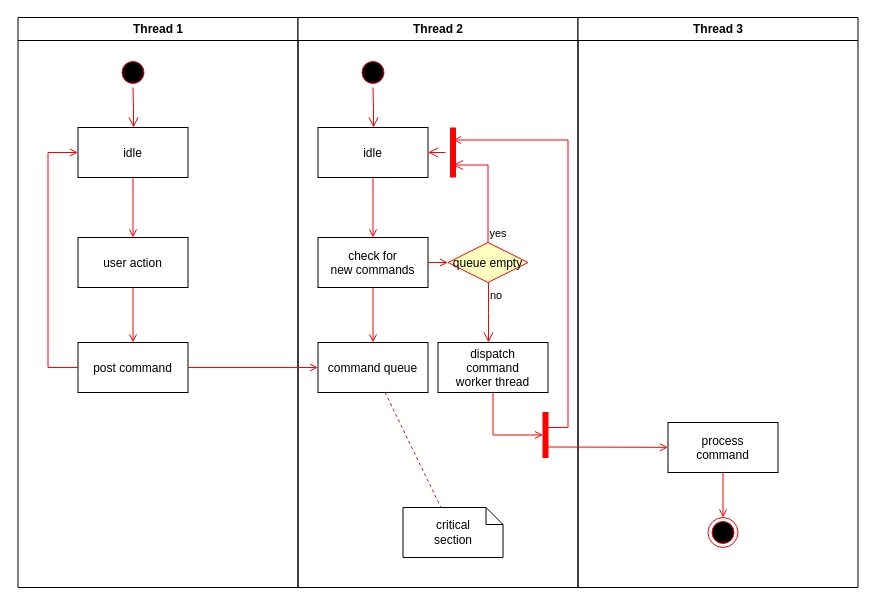
Before: Untitled Diagram.drawio in sourav4371/sourav, a draw.io diagram. Source tidied: cells renumbered, new cells numbered last; positions are measured from the earlier drawing's top-left corner, leaving out a move shared by most shapes. Both pictures are drawn from the tidied source at 100%, with x=0, y=0 at pixel (17, 17).
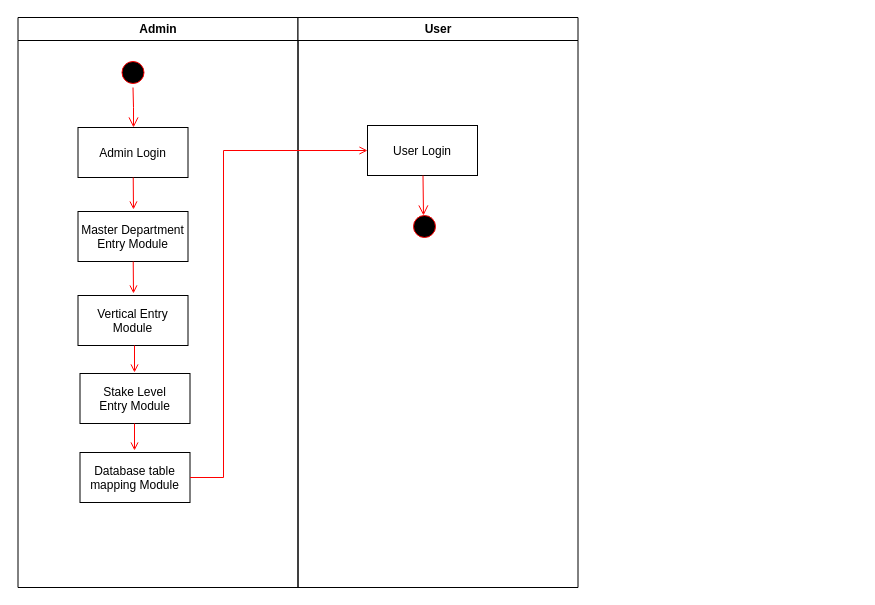
Above is the later version.

The edit, as a diff of the source:
```diff
@@
-    <mxCell id="2" value="Thread 1" style="swimlane;whiteSpace=wrap;" parent="1" vertex="1">
+    <mxCell id="2" value="Admin" style="swimlane;whiteSpace=wrap;" parent="1" vertex="1">
       <mxGeometry x="0.5" width="280" height="570" as="geometry" />
     </mxCell>
@@
-    <mxCell id="5" value="idle" parent="2" vertex="1">
+    <mxCell id="5" value="Admin Login" parent="2" vertex="1">
       <mxGeometry x="60" y="110" width="110" height="50" as="geometry" />
     </mxCell>
-    <mxCell id="6" value="user action" parent="2" vertex="1">
-      <mxGeometry x="60" y="220" width="110" height="50" as="geometry" />
+    <mxCell id="6" value="Master Department &#10;Entry Module" parent="2" vertex="1">
+      <mxGeometry x="60" y="194" width="110" height="50" as="geometry" />
     </mxCell>
-    <mxCell id="7" style="endArrow=open;strokeColor=#FF0000;endFill=1;rounded=0;" parent="2" edge="1" source="5" target="6">
-      <mxGeometry relative="1" as="geometry" />
+    <mxCell id="7" style="endArrow=open;strokeColor=#FF0000;endFill=1;rounded=0;" parent="2" edge="1" source="5">
+      <mxGeometry relative="1" as="geometry">
+        <mxPoint x="115.5" y="192" as="targetPoint" />
+      </mxGeometry>
     </mxCell>
-    <mxCell id="8" value="post command" parent="2" vertex="1">
-      <mxGeometry x="60" y="325" width="110" height="50" as="geometry" />
+    <mxCell id="8" value="Vertical Entry&#10; Module" parent="2" vertex="1">
+      <mxGeometry x="60" y="278" width="110" height="50" as="geometry" />
     </mxCell>
-    <mxCell id="9" style="endArrow=open;strokeColor=#FF0000;endFill=1;rounded=0;" parent="2" edge="1" source="6" target="8">
-      <mxGeometry relative="1" as="geometry" />
+    <mxCell id="9" style="endArrow=open;strokeColor=#FF0000;endFill=1;rounded=0;" parent="2" edge="1" source="6">
+      <mxGeometry relative="1" as="geometry">
+        <mxPoint x="115.5" y="276" as="targetPoint" />
+      </mxGeometry>
     </mxCell>
-    <mxCell id="10" style="edgeStyle=elbowEdgeStyle;elbow=horizontal;strokeColor=#FF0000;endArrow=open;endFill=1;rounded=0;" parent="2" edge="1" source="8" target="5">
-      <mxGeometry relative="1" as="geometry">
-        <Array as="points">
-          <mxPoint x="30" y="250" />
-        </Array>
-      </mxGeometry>
-    </mxCell>
+    <mxCell id="37" value="Stake Level&#10; Entry Module" parent="2" vertex="1">
+      <mxGeometry x="62" y="356" width="110" height="50" as="geometry" />
+    </mxCell>
+    <mxCell id="38" style="endArrow=open;strokeColor=#FF0000;endFill=1;rounded=0;" parent="2" edge="1">
+      <mxGeometry relative="1" as="geometry">
+        <mxPoint x="116.5" y="328" as="sourcePoint" />
+        <mxPoint x="116.5" y="355" as="targetPoint" />
+      </mxGeometry>
+    </mxCell>
-    <mxCell id="11" value="Thread 2" style="swimlane;whiteSpace=wrap;" parent="1" vertex="1">
+    <mxCell id="11" value="User" style="swimlane;whiteSpace=wrap;startSize=23;" parent="1" vertex="1">
       <mxGeometry x="280.5" width="280" height="570" as="geometry" />
     </mxCell>
-    <mxCell id="12" style="ellipse;shape=startState;fillColor=#000000;strokeColor=#ff0000;" parent="11" vertex="1">
-      <mxGeometry x="60" y="40" width="30" height="30" as="geometry" />
-    </mxCell>
-    <mxCell id="13" style="edgeStyle=elbowEdgeStyle;elbow=horizontal;verticalAlign=bottom;endArrow=open;endSize=8;strokeColor=#FF0000;endFill=1;rounded=0;" parent="11" edge="1" source="12" target="14">
-      <mxGeometry x="40" y="20" as="geometry" />
-    </mxCell>
-    <mxCell id="14" value="idle" parent="11" vertex="1">
-      <mxGeometry x="20" y="110" width="110" height="50" as="geometry" />
-    </mxCell>
-    <mxCell id="15" value="check for &#10;new commands" parent="11" vertex="1">
-      <mxGeometry x="20" y="220" width="110" height="50" as="geometry" />
-    </mxCell>
-    <mxCell id="16" style="endArrow=open;strokeColor=#FF0000;endFill=1;rounded=0;" parent="11" edge="1" source="14" target="15">
-      <mxGeometry relative="1" as="geometry" />
-    </mxCell>
-    <mxCell id="17" value="command queue" parent="11" vertex="1">
-      <mxGeometry x="20" y="325" width="110" height="50" as="geometry" />
-    </mxCell>
-    <mxCell id="18" style="endArrow=open;strokeColor=#FF0000;endFill=1;rounded=0;" parent="11" edge="1" source="15" target="17">
-      <mxGeometry relative="1" as="geometry" />
-    </mxCell>
-    <mxCell id="19" value="queue empty" style="rhombus;fillColor=#ffffc0;strokeColor=#ff0000;" parent="11" vertex="1">
-      <mxGeometry x="150" y="225" width="80" height="40" as="geometry" />
-    </mxCell>
-    <mxCell id="20" value="yes" style="edgeStyle=elbowEdgeStyle;elbow=horizontal;align=left;verticalAlign=bottom;endArrow=open;endSize=8;strokeColor=#FF0000;exitX=0.5;exitY=0;endFill=1;rounded=0;entryX=0.75;entryY=0.5;entryPerimeter=0;" parent="11" edge="1" source="19" target="23">
-      <mxGeometry x="-1" relative="1" as="geometry">
-        <Array as="points">
-          <mxPoint x="190" y="180" />
-        </Array>
-      </mxGeometry>
-    </mxCell>
-    <mxCell id="21" value="no" style="edgeStyle=elbowEdgeStyle;elbow=horizontal;align=left;verticalAlign=top;endArrow=open;endSize=8;strokeColor=#FF0000;endFill=1;rounded=0;" parent="11" edge="1" source="19" target="25">
-      <mxGeometry x="-1" relative="1" as="geometry" />
-    </mxCell>
-    <mxCell id="22" style="endArrow=open;strokeColor=#FF0000;endFill=1;rounded=0;" parent="11" edge="1" source="15" target="19">
-      <mxGeometry relative="1" as="geometry" />
-    </mxCell>
-    <mxCell id="23" style="shape=line;strokeWidth=6;strokeColor=#ff0000;rotation=90;" parent="11" vertex="1">
-      <mxGeometry x="130" y="127.5" width="50" height="15" as="geometry" />
-    </mxCell>
-    <mxCell id="24" style="edgeStyle=elbowEdgeStyle;elbow=horizontal;verticalAlign=bottom;endArrow=open;endSize=8;strokeColor=#FF0000;endFill=1;rounded=0;" parent="11" edge="1" source="23" target="14">
-      <mxGeometry x="130" y="90" as="geometry" />
-    </mxCell>
-    <mxCell id="25" value="dispatch&#10;command&#10;worker thread" parent="11" vertex="1">
-      <mxGeometry x="140" y="325" width="110" height="50" as="geometry" />
-    </mxCell>
-    <mxCell id="26" value="critical&#10;section" style="shape=note;whiteSpace=wrap;size=17;" parent="11" vertex="1">
-      <mxGeometry x="105" y="490" width="100" height="50" as="geometry" />
-    </mxCell>
-    <mxCell id="27" style="endArrow=none;strokeColor=#FF0000;endFill=0;rounded=0;dashed=1;" parent="11" edge="1" source="17" target="26">
-      <mxGeometry relative="1" as="geometry" />
-    </mxCell>
-    <mxCell id="28" style="whiteSpace=wrap;strokeColor=#FF0000;fillColor=#FF0000;" parent="11" vertex="1">
-      <mxGeometry x="245" y="395" width="5" height="45" as="geometry" />
-    </mxCell>
-    <mxCell id="29" style="edgeStyle=elbowEdgeStyle;elbow=horizontal;entryX=0;entryY=0.5;strokeColor=#FF0000;endArrow=open;endFill=1;rounded=0;" parent="11" edge="1" source="25" target="28">
-      <mxGeometry relative="1" as="geometry">
-        <Array as="points">
-          <mxPoint x="195" y="400" />
-        </Array>
-      </mxGeometry>
-    </mxCell>
-    <mxCell id="30" value="Thread 3" style="swimlane;whiteSpace=wrap;" parent="1" vertex="1">
-      <mxGeometry x="560.5" width="280" height="570" as="geometry" />
-    </mxCell>
-    <mxCell id="31" value="process&#10;command" parent="30" vertex="1">
-      <mxGeometry x="90" y="405" width="110" height="50" as="geometry" />
-    </mxCell>
-    <mxCell id="32" style="edgeStyle=elbowEdgeStyle;elbow=horizontal;strokeColor=#FF0000;endArrow=open;endFill=1;rounded=0;entryX=0.25;entryY=0.5;entryPerimeter=0;" parent="30" edge="1" target="23">
-      <mxGeometry relative="1" as="geometry">
-        <mxPoint x="-30" y="410" as="sourcePoint" />
-        <Array as="points">
-          <mxPoint x="-10" y="135" />
-        </Array>
-      </mxGeometry>
-    </mxCell>
-    <mxCell id="33" style="edgeStyle=none;strokeColor=#FF0000;endArrow=open;endFill=1;rounded=0;" parent="30" edge="1" target="31">
-      <mxGeometry relative="1" as="geometry">
-        <mxPoint x="-30" y="429.5" as="sourcePoint" />
-      </mxGeometry>
-    </mxCell>
-    <mxCell id="34" style="ellipse;shape=endState;fillColor=#000000;strokeColor=#ff0000;" parent="30" vertex="1">
-      <mxGeometry x="130" y="500" width="30" height="30" as="geometry" />
-    </mxCell>
-    <mxCell id="35" style="endArrow=open;strokeColor=#FF0000;endFill=1;rounded=0;" parent="30" edge="1" source="31" target="34">
-      <mxGeometry relative="1" as="geometry" />
-    </mxCell>
-    <mxCell id="36" style="endArrow=open;strokeColor=#FF0000;endFill=1;rounded=0;" parent="1" edge="1" source="8" target="17">
-      <mxGeometry relative="1" as="geometry" />
-    </mxCell>
+    <mxCell id="39" value="User Login" parent="11" vertex="1">
+      <mxGeometry x="69.5" y="108" width="110" height="50" as="geometry" />
+    </mxCell>
+    <mxCell id="40" style="ellipse;shape=startState;fillColor=#000000;strokeColor=#ff0000;" parent="11" vertex="1">
+      <mxGeometry x="111.5" y="194" width="30" height="30" as="geometry" />
+    </mxCell>
+    <mxCell id="41" style="edgeStyle=elbowEdgeStyle;elbow=horizontal;verticalAlign=bottom;endArrow=open;endSize=8;strokeColor=#FF0000;endFill=1;rounded=0;" parent="11" edge="1">
+      <mxGeometry x="-54.5" as="geometry">
+        <mxPoint x="125" y="158" as="sourcePoint" />
+        <mxPoint x="125.5" y="198" as="targetPoint" />
+      </mxGeometry>
+    </mxCell>
+    <mxCell id="42" value="Database table&#10; mapping Module" parent="1" vertex="1">
+      <mxGeometry x="62.5" y="435" width="110" height="50" as="geometry" />
+    </mxCell>
+    <mxCell id="43" style="endArrow=open;strokeColor=#FF0000;endFill=1;rounded=0;" parent="1" edge="1">
+      <mxGeometry relative="1" as="geometry">
+        <mxPoint x="117" y="406" as="sourcePoint" />
+        <mxPoint x="117" y="433" as="targetPoint" />
+      </mxGeometry>
+    </mxCell>
+    <mxCell id="44" style="edgeStyle=elbowEdgeStyle;elbow=horizontal;strokeColor=#FF0000;endArrow=open;endFill=1;rounded=0;exitX=1;exitY=0.5;exitDx=0;exitDy=0;entryX=0;entryY=0.5;entryDx=0;entryDy=0;" parent="1" edge="1" source="42" target="39">
+      <mxGeometry relative="1" as="geometry">
+        <Array as="points">
+          <mxPoint x="206" y="115" />
+        </Array>
+      </mxGeometry>
+    </mxCell>
```
